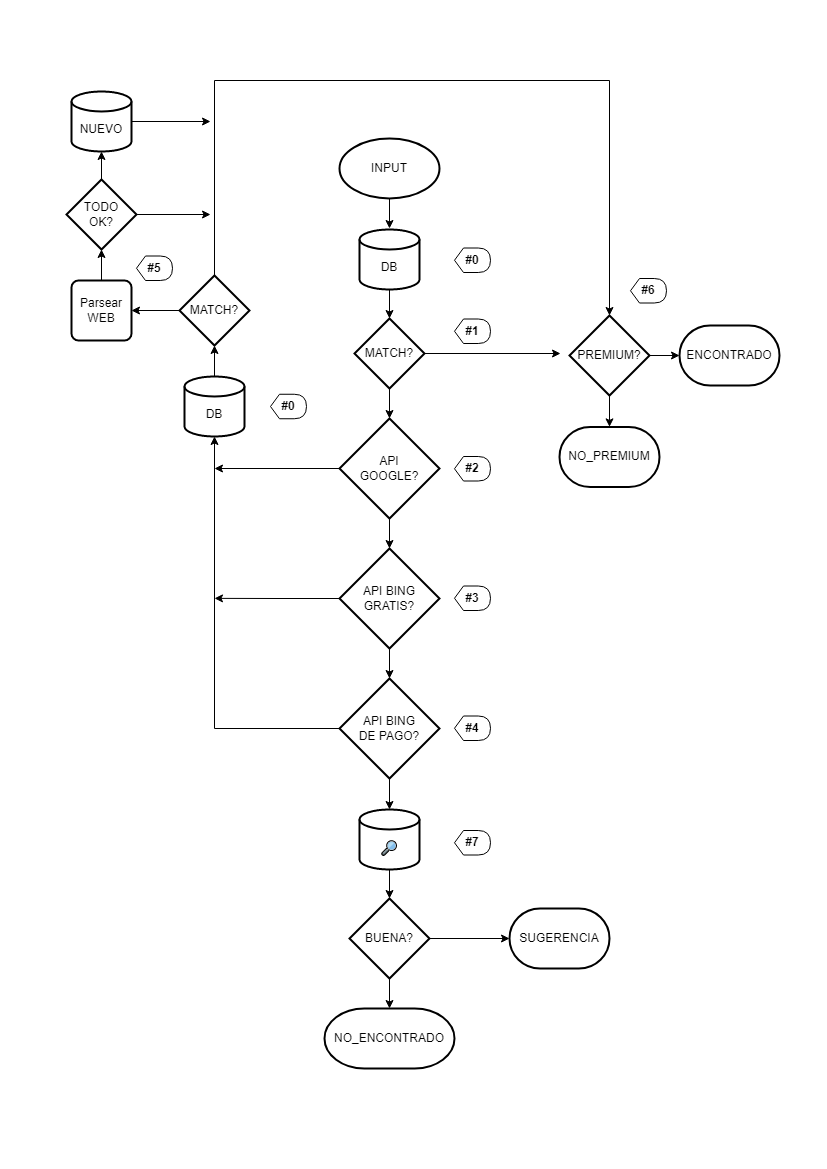
Earlier version of the draw.io export doc/buscar.png (quimifyapp/api). Source tidied: cells renumbered, new cells last; positions are measured from the earlier drawing's top-left corner, leaving out a move shared by most shapes.
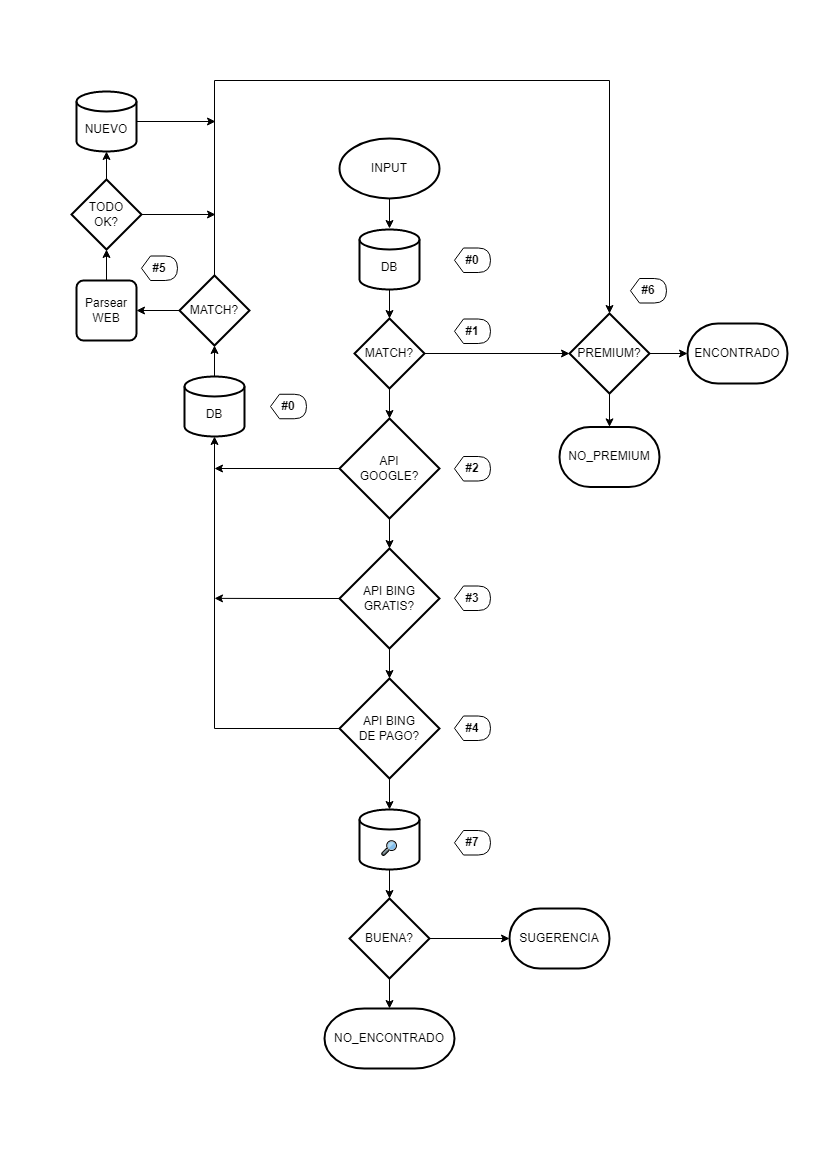
The same diagram one commit later.

The edit, as a diff of the source:
```diff
@@ -11,14 +11,14 @@
     <mxCell id="4" style="edgeStyle=orthogonalEdgeStyle;rounded=0;jettySize=auto;html=1;" parent="1" edge="1" source="6" target="8">
       <mxGeometry relative="1" as="geometry" />
     </mxCell>
-    <mxCell id="5" style="edgeStyle=orthogonalEdgeStyle;rounded=0;jettySize=auto;html=1;exitX=1;exitY=0.5;exitDx=0;exitDy=0;exitPerimeter=0;entryX=0;entryY=0.5;entryDx=0;entryDy=0;entryPerimeter=0;fontSize=14;" parent="1" edge="1" source="6" target="7">
+    <mxCell id="5" style="edgeStyle=orthogonalEdgeStyle;rounded=0;jettySize=auto;html=1;exitX=1;exitY=0.5;exitDx=0;exitDy=0;exitPerimeter=0;entryX=0;entryY=0.5;entryDx=0;entryDy=0;entryPerimeter=0;" parent="1" edge="1" source="6" target="7">
       <mxGeometry relative="1" as="geometry" />
     </mxCell>
     <mxCell id="6" value="PREMIUM?" style="strokeWidth=2;html=1;shape=mxgraph.flowchart.decision;whiteSpace=wrap;" parent="1" vertex="1">
-      <mxGeometry x="503" y="235" width="80" height="80" as="geometry" />
+      <mxGeometry x="503" y="233" width="80" height="80" as="geometry" />
     </mxCell>
     <mxCell id="7" value="ENCONTRADO" style="strokeWidth=2;html=1;shape=mxgraph.flowchart.terminator;whiteSpace=wrap;" parent="1" vertex="1">
-      <mxGeometry x="613" y="245" width="100" height="60" as="geometry" />
+      <mxGeometry x="621" y="243" width="100" height="60" as="geometry" />
     </mxCell>
     <mxCell id="8" value="NO_PREMIUM" style="strokeWidth=2;html=1;shape=mxgraph.flowchart.terminator;whiteSpace=wrap;" parent="1" vertex="1">
       <mxGeometry x="493" y="346.4" width="100" height="60" as="geometry" />
@@ -52,7 +52,7 @@
       <mxGeometry relative="1" as="geometry" />
     </mxCell>
     <mxCell id="17" value="Parsear&lt;br&gt;WEB" style="rounded=1;whiteSpace=wrap;html=1;absoluteArcSize=1;arcSize=14;strokeWidth=2;" parent="1" vertex="1">
-      <mxGeometry x="5" y="200" width="60" height="60" as="geometry" />
+      <mxGeometry x="10" y="200" width="60" height="60" as="geometry" />
     </mxCell>
     <mxCell id="18" style="edgeStyle=orthogonalEdgeStyle;rounded=0;jettySize=auto;html=1;entryX=0.5;entryY=0;entryDx=0;entryDy=0;entryPerimeter=0;fontSize=14;" parent="1" edge="1" source="20" target="23">
       <mxGeometry relative="1" as="geometry" />
@@ -77,11 +77,9 @@
     <mxCell id="24" style="edgeStyle=orthogonalEdgeStyle;rounded=0;jettySize=auto;html=1;entryX=0.5;entryY=0;entryDx=0;entryDy=0;entryPerimeter=0;" parent="1" edge="1" source="26" target="13">
       <mxGeometry relative="1" as="geometry" />
     </mxCell>
-    <mxCell id="25" style="edgeStyle=orthogonalEdgeStyle;rounded=0;jettySize=auto;html=1;" parent="1" edge="1" source="26">
-      <mxGeometry relative="1" as="geometry">
-        <mxPoint x="494" y="273" as="targetPoint" />
-      </mxGeometry>
-    </mxCell>
+    <mxCell id="51" style="edgeStyle=orthogonalEdgeStyle;rounded=0;jettySize=auto;html=1;exitX=1;exitY=0.5;exitDx=0;exitDy=0;exitPerimeter=0;entryX=0;entryY=0.5;entryDx=0;entryDy=0;entryPerimeter=0;" parent="1" edge="1" source="26" target="6">
+      <mxGeometry relative="1" as="geometry" />
+    </mxCell>
     <mxCell id="26" value="MATCH?" style="strokeWidth=2;html=1;shape=mxgraph.flowchart.decision;whiteSpace=wrap;" parent="1" vertex="1">
       <mxGeometry x="288" y="238" width="70" height="70" as="geometry" />
     </mxCell>
@@ -145,26 +143,26 @@
       <mxGeometry x="564" y="198" width="36" height="24.5" as="geometry" />
     </mxCell>
     <mxCell id="45" value="#5" style="shape=display;whiteSpace=wrap;html=1;fontStyle=1;" parent="1" vertex="1">
-      <mxGeometry x="70" y="175.5" width="36" height="24.5" as="geometry" />
+      <mxGeometry x="75" y="175.5" width="36" height="24.5" as="geometry" />
     </mxCell>
     <mxCell id="46" style="edgeStyle=orthogonalEdgeStyle;rounded=0;jettySize=auto;html=1;exitX=0.5;exitY=0;exitDx=0;exitDy=0;exitPerimeter=0;entryX=0.5;entryY=1;entryDx=0;entryDy=0;entryPerimeter=0;" parent="1" edge="1" source="48" target="50">
       <mxGeometry relative="1" as="geometry" />
     </mxCell>
     <mxCell id="47" style="edgeStyle=orthogonalEdgeStyle;rounded=0;jettySize=auto;html=1;exitX=1;exitY=0.5;exitDx=0;exitDy=0;exitPerimeter=0;" parent="1" edge="1" source="48">
       <mxGeometry relative="1" as="geometry">
-        <mxPoint x="144" y="134" as="targetPoint" />
+        <mxPoint x="149" y="134" as="targetPoint" />
       </mxGeometry>
     </mxCell>
     <mxCell id="48" value="TODO&lt;br&gt;OK?" style="strokeWidth=2;html=1;shape=mxgraph.flowchart.decision;whiteSpace=wrap;" parent="1" vertex="1">
-      <mxGeometry y="99" width="70" height="70" as="geometry" />
+      <mxGeometry x="5" y="99" width="70" height="70" as="geometry" />
     </mxCell>
     <mxCell id="49" style="edgeStyle=orthogonalEdgeStyle;rounded=0;jettySize=auto;html=1;exitX=1;exitY=0.5;exitDx=0;exitDy=0;exitPerimeter=0;" parent="1" edge="1" source="50">
       <mxGeometry relative="1" as="geometry">
-        <mxPoint x="144" y="41" as="targetPoint" />
+        <mxPoint x="149" y="41" as="targetPoint" />
       </mxGeometry>
     </mxCell>
     <mxCell id="50" value="&lt;br&gt;NUEVO" style="strokeWidth=2;html=1;shape=mxgraph.flowchart.database;whiteSpace=wrap;" parent="1" vertex="1">
-      <mxGeometry x="5" y="11" width="60" height="60" as="geometry" />
+      <mxGeometry x="10" y="11" width="60" height="60" as="geometry" />
     </mxCell>
   </root>
 </mxGraphModel>
```
